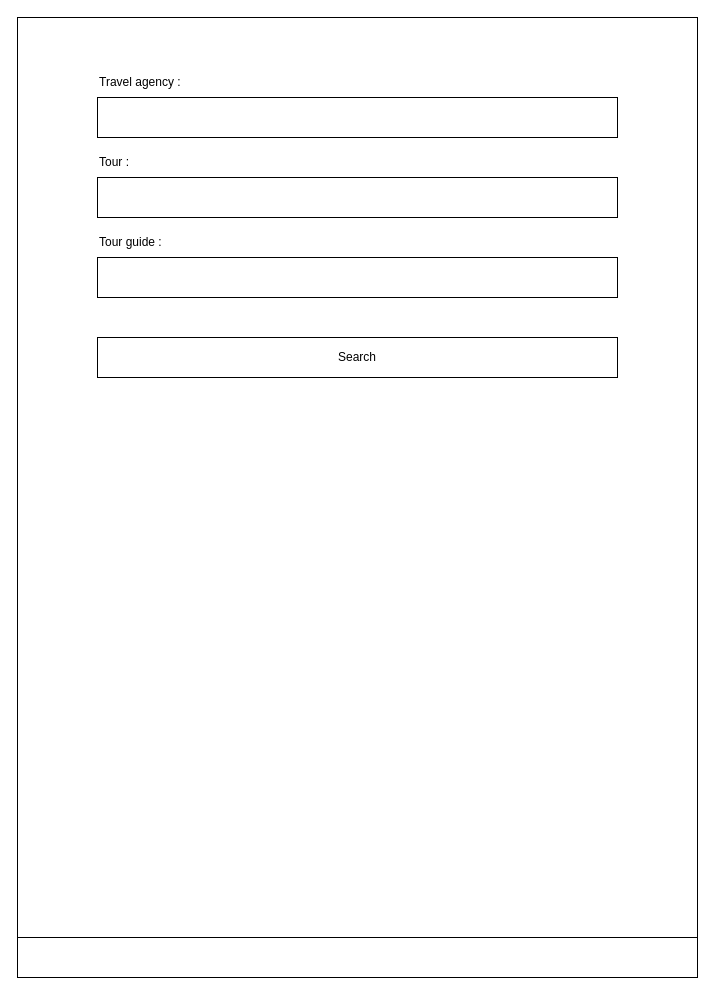
Vinceliao999/Documents keeps this draw.io diagram as page "Search Page" (1 of 3) of TA/TA.drawio. Above is the earlier version. Source tidied: cells renumbered, new cells numbered last; positions are measured from the earlier drawing's top-left corner, leaving out a move shared by most shapes. Both pictures are drawn from the tidied source at 100%, with x=0, y=0 at pixel (17, 17).
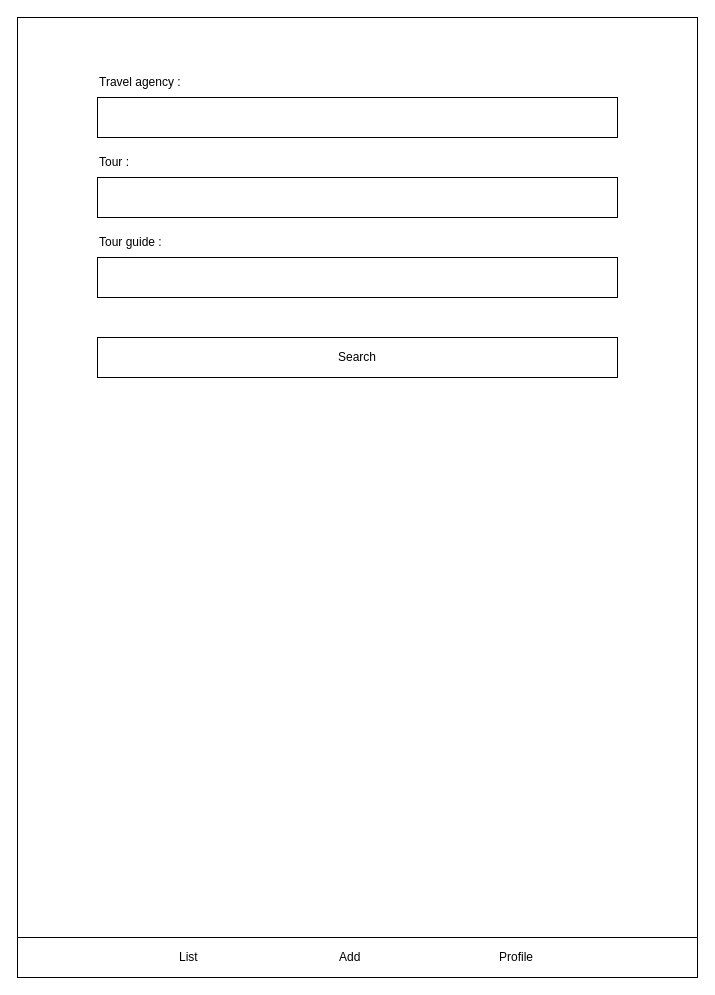
Above is the later version.

Change to the diagram source:
```diff
@@
 <mxGraphModel>
   <root>
     <mxCell id="0" />
     <mxCell id="1" parent="0" />
     <mxCell id="2" style="rounded=0;whiteSpace=wrap;html=1;fillColor=none;" parent="1" vertex="1">
       <mxGeometry width="680" height="960" as="geometry" />
     </mxCell>
     <mxCell id="3" style="rounded=0;whiteSpace=wrap;html=1;" parent="1" vertex="1">
       <mxGeometry x="80" y="80" width="520" height="40" as="geometry" />
     </mxCell>
     <mxCell id="4" style="rounded=0;whiteSpace=wrap;html=1;" parent="1" vertex="1">
       <mxGeometry x="80" y="160" width="520" height="40" as="geometry" />
     </mxCell>
     <mxCell id="5" style="rounded=0;whiteSpace=wrap;html=1;" parent="1" vertex="1">
       <mxGeometry x="80" y="240" width="520" height="40" as="geometry" />
     </mxCell>
     <mxCell id="6" value="Travel agency :" style="text;html=1;align=left;verticalAlign=middle;whiteSpace=wrap;rounded=0;" parent="1" vertex="1">
       <mxGeometry x="80" y="50" width="190" height="30" as="geometry" />
     </mxCell>
     <mxCell id="7" value="Tour :" style="text;html=1;align=left;verticalAlign=middle;whiteSpace=wrap;rounded=0;" parent="1" vertex="1">
       <mxGeometry x="80" y="130" width="190" height="30" as="geometry" />
     </mxCell>
     <mxCell id="8" value="Tour guide :" style="text;html=1;align=left;verticalAlign=middle;whiteSpace=wrap;rounded=0;" parent="1" vertex="1">
       <mxGeometry x="80" y="210" width="190" height="30" as="geometry" />
     </mxCell>
     <mxCell id="9" value="Search" style="rounded=0;whiteSpace=wrap;html=1;" parent="1" vertex="1">
       <mxGeometry x="80" y="320" width="520" height="40" as="geometry" />
     </mxCell>
     <mxCell id="10" style="rounded=0;whiteSpace=wrap;html=1;" parent="1" vertex="1">
       <mxGeometry y="920" width="680" height="40" as="geometry" />
     </mxCell>
+    <mxCell id="11" value="List" style="text;html=1;align=left;verticalAlign=middle;whiteSpace=wrap;rounded=0;" parent="1" vertex="1">
+      <mxGeometry x="160" y="925" width="60" height="30" as="geometry" />
+    </mxCell>
+    <mxCell id="12" value="Add" style="text;html=1;align=left;verticalAlign=middle;whiteSpace=wrap;rounded=0;" parent="1" vertex="1">
+      <mxGeometry x="320" y="925" width="60" height="30" as="geometry" />
+    </mxCell>
+    <mxCell id="13" value="Profile" style="text;html=1;align=left;verticalAlign=middle;whiteSpace=wrap;rounded=0;" parent="1" vertex="1">
+      <mxGeometry x="480" y="925" width="60" height="30" as="geometry" />
+    </mxCell>
   </root>
 </mxGraphModel>
```
